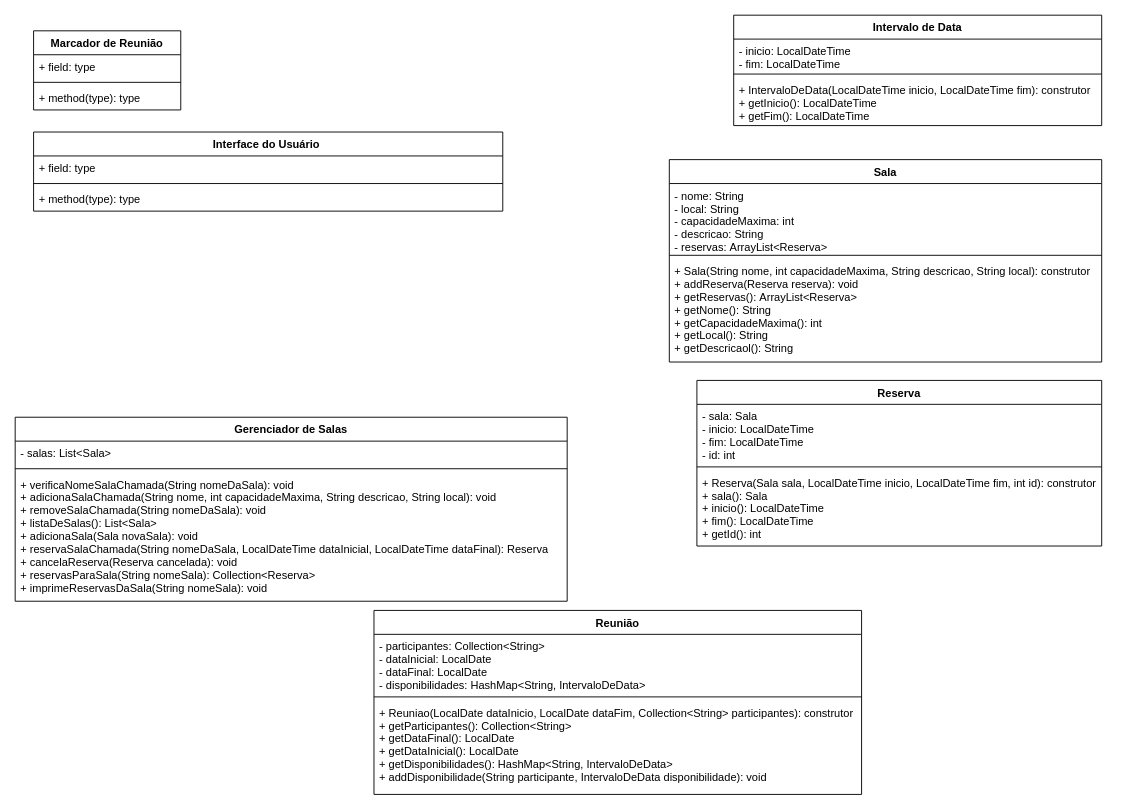
The draw.io diagram Untitled Diagram.drawio in luan-2rq/COO-Gerenciador-De-Salas, before the edit. Source tidied: cells renumbered, new cells numbered last; positions are measured from the earlier drawing's top-left corner, leaving out a move shared by most shapes. Both pictures are drawn from the tidied source at 92%, with x=0, y=0 at pixel (15, 15).
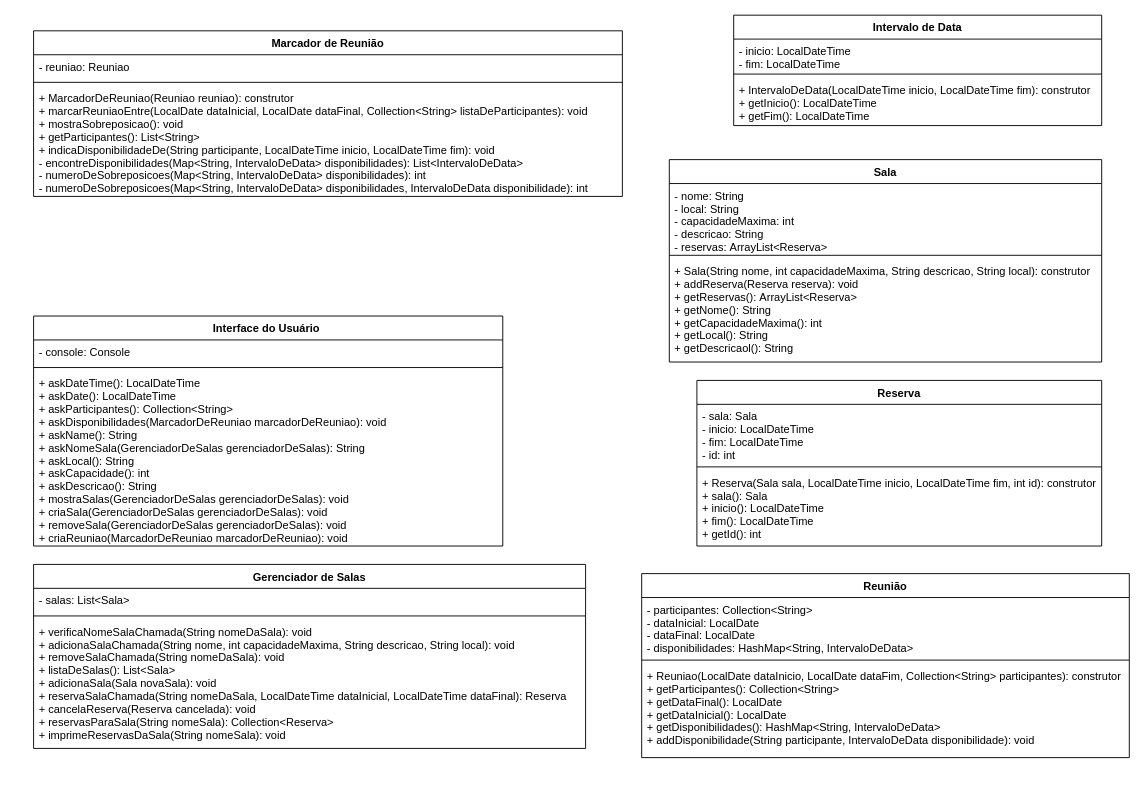
After the change.

Change to the diagram source:
```diff
@@
     <mxCell id="2" value="Marcador de Reunião" style="swimlane;fontStyle=1;align=center;verticalAlign=top;horizontal=1;startSize=26;" parent="1" vertex="1">
-      <mxGeometry x="20" y="17" width="160" height="86" as="geometry" />
+      <mxGeometry x="20" y="17" width="640" height="180" as="geometry" />
     </mxCell>
-    <mxCell id="3" value="+ field: type" style="text;strokeColor=none;fillColor=none;align=left;verticalAlign=top;spacingLeft=4;spacingRight=4;overflow=hidden;" parent="2" vertex="1">
-      <mxGeometry y="26" width="160" height="26" as="geometry" />
+    <mxCell id="3" value="- reuniao: Reuniao" style="text;strokeColor=none;fillColor=none;align=left;verticalAlign=top;spacingLeft=4;spacingRight=4;overflow=hidden;" parent="2" vertex="1">
+      <mxGeometry y="26" width="640" height="26" as="geometry" />
     </mxCell>
     <mxCell id="4" style="line;strokeWidth=1;fillColor=none;align=left;verticalAlign=middle;spacingTop=-1;spacingLeft=3;spacingRight=3;labelPosition=right;" parent="2" vertex="1">
-      <mxGeometry y="52" width="160" height="8" as="geometry" />
+      <mxGeometry y="52" width="640" height="8" as="geometry" />
     </mxCell>
-    <mxCell id="5" value="+ method(type): type" style="text;strokeColor=none;fillColor=none;align=left;verticalAlign=top;spacingLeft=4;spacingRight=4;overflow=hidden;" parent="2" vertex="1">
-      <mxGeometry y="60" width="160" height="26" as="geometry" />
+    <mxCell id="5" value="+ MarcadorDeReuniao(Reuniao reuniao): construtor&#10;+ marcarReuniaoEntre(LocalDate dataInicial, LocalDate dataFinal, Collection&lt;String&gt; listaDeParticipantes): void&#10;+ mostraSobreposicao(): void&#10;+ getParticipantes(): List&lt;String&gt;&#10;+ indicaDisponibilidadeDe(String participante, LocalDateTime inicio, LocalDateTime fim): void&#10;- encontreDisponibilidades(Map&lt;String, IntervaloDeData&gt; disponibilidades): List&lt;IntervaloDeData&gt;&#10;- numeroDeSobreposicoes(Map&lt;String, IntervaloDeData&gt; disponibilidades): int&#10;- numeroDeSobreposicoes(Map&lt;String, IntervaloDeData&gt; disponibilidades, IntervaloDeData disponibilidade): int&#10;" style="text;strokeColor=none;fillColor=none;align=left;verticalAlign=top;spacingLeft=4;spacingRight=4;overflow=hidden;" parent="2" vertex="1">
+      <mxGeometry y="60" width="640" height="120" as="geometry" />
     </mxCell>
     <mxCell id="6" value="Interface do Usuário " style="swimlane;fontStyle=1;align=center;verticalAlign=top;horizontal=1;startSize=26;" parent="1" vertex="1">
-      <mxGeometry x="20" y="127" width="510" height="86" as="geometry" />
+      <mxGeometry x="20" y="327" width="510" height="250" as="geometry" />
     </mxCell>
-    <mxCell id="7" value="+ field: type" style="text;strokeColor=none;fillColor=none;align=left;verticalAlign=top;spacingLeft=4;spacingRight=4;overflow=hidden;" parent="6" vertex="1">
+    <mxCell id="7" value="- console: Console" style="text;strokeColor=none;fillColor=none;align=left;verticalAlign=top;spacingLeft=4;spacingRight=4;overflow=hidden;" parent="6" vertex="1">
       <mxGeometry y="26" width="510" height="26" as="geometry" />
     </mxCell>
@@
-    <mxCell id="9" value="+ method(type): type" style="text;strokeColor=none;fillColor=none;align=left;verticalAlign=top;spacingLeft=4;spacingRight=4;overflow=hidden;" parent="6" vertex="1">
-      <mxGeometry y="60" width="510" height="26" as="geometry" />
+    <mxCell id="9" value="+ askDateTime(): LocalDateTime &#10;+ askDate(): LocalDateTime &#10;+ askParticipantes(): Collection&lt;String&gt; &#10;+ askDisponibilidades(MarcadorDeReuniao marcadorDeReuniao): void&#10;+ askName(): String&#10;+ askNomeSala(GerenciadorDeSalas gerenciadorDeSalas): String&#10;+ askLocal(): String&#10;+ askCapacidade(): int&#10;+ askDescricao(): String&#10;+ mostraSalas(GerenciadorDeSalas gerenciadorDeSalas): void&#10;+ criaSala(GerenciadorDeSalas gerenciadorDeSalas): void&#10;+ removeSala(GerenciadorDeSalas gerenciadorDeSalas): void&#10;+ criaReuniao(MarcadorDeReuniao marcadorDeReuniao): void&#10;" style="text;strokeColor=none;fillColor=none;align=left;verticalAlign=top;spacingLeft=4;spacingRight=4;overflow=hidden;" parent="6" vertex="1">
+      <mxGeometry y="60" width="510" height="190" as="geometry" />
     </mxCell>
     <mxCell id="10" value="Gerenciador de Salas" style="swimlane;fontStyle=1;align=center;verticalAlign=top;horizontal=1;startSize=26;" parent="1" vertex="1">
-      <mxGeometry y="437" width="600" height="200" as="geometry" />
+      <mxGeometry x="20" y="597" width="600" height="200" as="geometry" />
     </mxCell>
@@
     <mxCell id="14" value="Reunião" style="swimlane;fontStyle=1;align=center;verticalAlign=top;horizontal=1;startSize=26;" parent="1" vertex="1">
-      <mxGeometry x="390" y="647" width="530" height="200" as="geometry" />
+      <mxGeometry x="681" y="607" width="530" height="200" as="geometry" />
     </mxCell>
```
